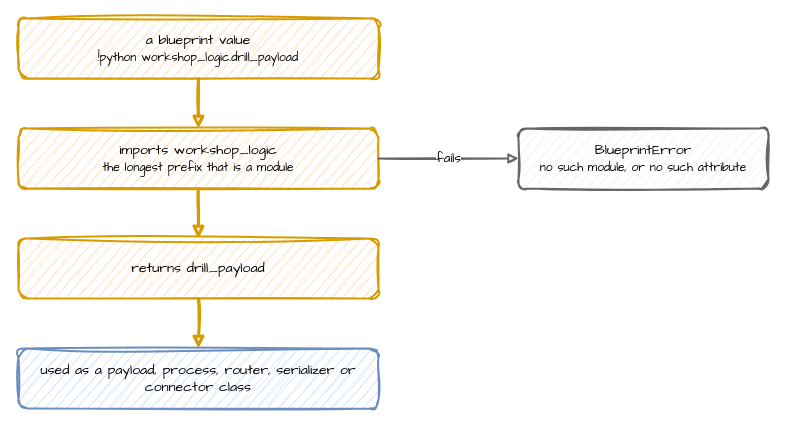
Before: docs/assets/diagrams/python-reference.drawio in jaehyeon-kim/desflow, a draw.io diagram. Source tidied: cells renumbered, new cells numbered last; positions are measured from the earlier drawing's top-left corner, leaving out a move shared by most shapes. Both pictures are drawn from the tidied source at 100%, with x=0, y=0 at pixel (18, 18).
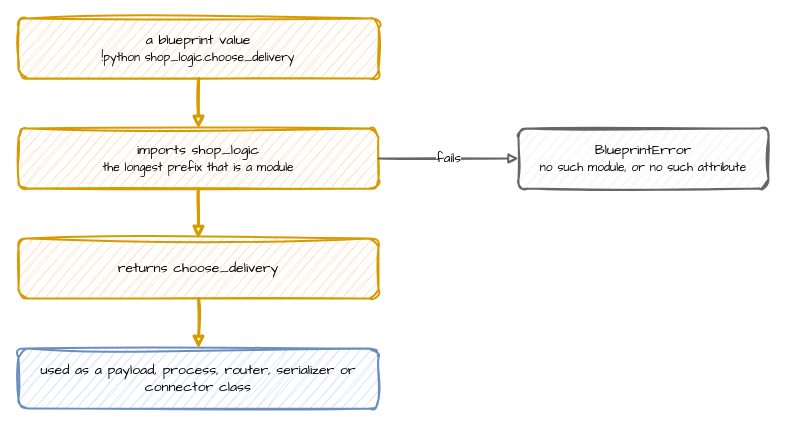
Above is the later version.

What changed in the source:
```diff
@@
 <mxGraphModel>
   <root>
     <mxCell id="0" />
     <mxCell id="1" parent="0" />
-    <mxCell id="2" value="a blueprint value&lt;br&gt;&lt;font style='font-size:12px'&gt;!python workshop_logic.drill_payload&lt;/font&gt;" style="rounded=1;whiteSpace=wrap;html=1;sketch=1;curveFitting=1;jiggle=2;fontFamily=Comic Sans MS;fontSize=14;fillColor=#ffe6cc;strokeColor=#d79b00;strokeWidth=2;" parent="1" vertex="1">
+    <mxCell id="2" value="a blueprint value&lt;br&gt;&lt;font style='font-size:12px'&gt;!python shop_logic.choose_delivery&lt;/font&gt;" style="rounded=1;whiteSpace=wrap;html=1;sketch=1;curveFitting=1;jiggle=2;fontFamily=Comic Sans MS;fontSize=14;fillColor=#ffe6cc;strokeColor=#d79b00;strokeWidth=2;" parent="1" vertex="1">
       <mxGeometry width="360" height="60" as="geometry" />
     </mxCell>
-    <mxCell id="3" value="imports workshop_logic&lt;br&gt;&lt;font style='font-size:12px'&gt;the longest prefix that is a module&lt;/font&gt;" style="rounded=1;whiteSpace=wrap;html=1;sketch=1;curveFitting=1;jiggle=2;fontFamily=Comic Sans MS;fontSize=14;fillColor=#ffe6cc;strokeColor=#d79b00;strokeWidth=2;" parent="1" vertex="1">
+    <mxCell id="3" value="imports shop_logic&lt;br&gt;&lt;font style='font-size:12px'&gt;the longest prefix that is a module&lt;/font&gt;" style="rounded=1;whiteSpace=wrap;html=1;sketch=1;curveFitting=1;jiggle=2;fontFamily=Comic Sans MS;fontSize=14;fillColor=#ffe6cc;strokeColor=#d79b00;strokeWidth=2;" parent="1" vertex="1">
       <mxGeometry y="110" width="360" height="60" as="geometry" />
     </mxCell>
-    <mxCell id="4" value="returns drill_payload" style="rounded=1;whiteSpace=wrap;html=1;sketch=1;curveFitting=1;jiggle=2;fontFamily=Comic Sans MS;fontSize=14;fillColor=#ffe6cc;strokeColor=#d79b00;strokeWidth=2;" parent="1" vertex="1">
+    <mxCell id="4" value="returns choose_delivery" style="rounded=1;whiteSpace=wrap;html=1;sketch=1;curveFitting=1;jiggle=2;fontFamily=Comic Sans MS;fontSize=14;fillColor=#ffe6cc;strokeColor=#d79b00;strokeWidth=2;" parent="1" vertex="1">
       <mxGeometry y="220" width="360" height="60" as="geometry" />
     </mxCell>
     <mxCell id="5" value="BlueprintError&lt;br&gt;&lt;font style='font-size:12px'&gt;no such module, or no such attribute&lt;/font&gt;" style="rounded=1;whiteSpace=wrap;html=1;sketch=1;curveFitting=1;jiggle=2;fontFamily=Comic Sans MS;fontSize=14;fillColor=#f5f5f5;strokeColor=#666666;strokeWidth=2;" parent="1" vertex="1">
       <mxGeometry x="500" y="110" width="250" height="60" as="geometry" />
     </mxCell>
     <mxCell id="6" value="used as a payload, process, router, serializer or connector class" style="rounded=1;whiteSpace=wrap;html=1;sketch=1;curveFitting=1;jiggle=2;fontFamily=Comic Sans MS;fontSize=14;fillColor=#dae8fc;strokeColor=#6c8ebf;strokeWidth=2;" parent="1" vertex="1">
       <mxGeometry y="330" width="360" height="60" as="geometry" />
     </mxCell>
     <mxCell id="7" style="edgeStyle=orthogonalEdgeStyle;rounded=0;sketch=1;html=1;strokeWidth=3;endArrow=block;strokeColor=#d79b00;fontFamily=Comic Sans MS;fontSize=13;labelBackgroundColor=#ffffff;exitX=0.5;exitY=1;exitDx=0;exitDy=0;entryX=0.5;entryY=0;entryDx=0;entryDy=0;" parent="1" edge="1" source="2" target="3">
       <mxGeometry relative="1" as="geometry" />
     </mxCell>
     <mxCell id="8" style="edgeStyle=orthogonalEdgeStyle;rounded=0;sketch=1;html=1;strokeWidth=3;endArrow=block;strokeColor=#d79b00;fontFamily=Comic Sans MS;fontSize=13;labelBackgroundColor=#ffffff;exitX=0.5;exitY=1;exitDx=0;exitDy=0;entryX=0.5;entryY=0;entryDx=0;entryDy=0;" parent="1" edge="1" source="3" target="4">
       <mxGeometry relative="1" as="geometry" />
     </mxCell>
     <mxCell id="9" style="edgeStyle=orthogonalEdgeStyle;rounded=0;sketch=1;html=1;strokeWidth=3;endArrow=block;strokeColor=#d79b00;fontFamily=Comic Sans MS;fontSize=13;labelBackgroundColor=#ffffff;exitX=0.5;exitY=1;exitDx=0;exitDy=0;entryX=0.5;entryY=0;entryDx=0;entryDy=0;" parent="1" edge="1" source="4" target="6">
       <mxGeometry relative="1" as="geometry" />
     </mxCell>
     <mxCell id="10" value="fails" style="edgeStyle=orthogonalEdgeStyle;rounded=0;sketch=1;html=1;strokeWidth=2;endArrow=block;strokeColor=#666666;fontFamily=Comic Sans MS;fontSize=13;labelBackgroundColor=#ffffff;exitX=1;exitY=0.5;exitDx=0;exitDy=0;entryX=0;entryY=0.5;entryDx=0;entryDy=0;" parent="1" edge="1" source="3" target="5">
       <mxGeometry relative="1" as="geometry" />
     </mxCell>
   </root>
 </mxGraphModel>
```
